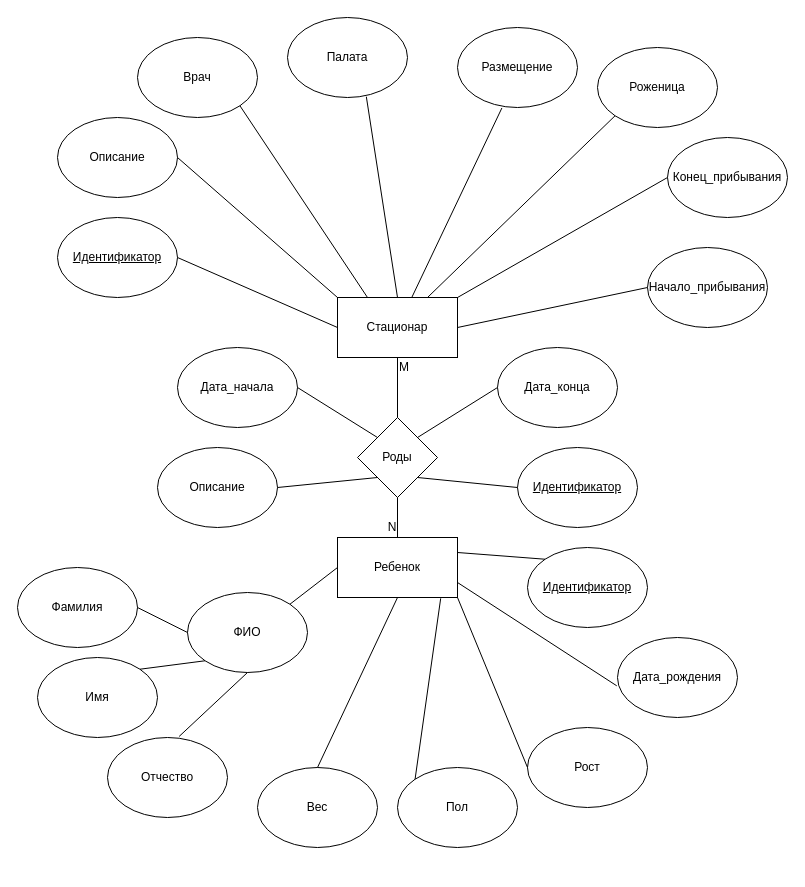
Before: Models/Диаграмма Роддом.drawio in Oleg213456/APP, a draw.io diagram. Source tidied: cells renumbered, new cells numbered last; positions are measured from the earlier drawing's top-left corner, leaving out a move shared by most shapes. Both pictures are drawn from the tidied source at 100%, with x=0, y=0 at pixel (17, 17).
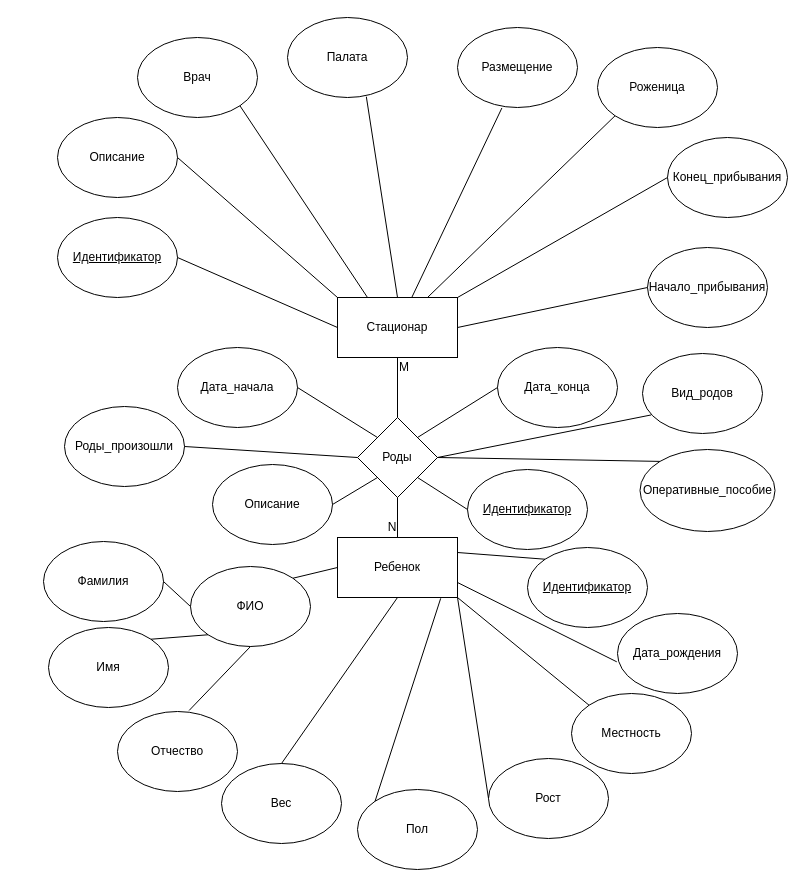
The same diagram, later.

Unchanged cells that the change refers to:
```xml
<mxCell id="3" value="Роды" style="rhombus;whiteSpace=wrap;html=1;" parent="1" vertex="1">
  <mxGeometry x="340" y="400" width="80" height="80" as="geometry" />
</mxCell>
<mxCell id="4" value="Ребенок" style="rounded=0;whiteSpace=wrap;html=1;" parent="1" vertex="1">
  <mxGeometry x="320" y="520" width="120" height="60" as="geometry" />
</mxCell>
```

Diff of the diagram source:
```diff
@@
     <mxCell id="11" value="Описание" style="ellipse;whiteSpace=wrap;html=1;" parent="1" vertex="1">
-      <mxGeometry x="140" y="430" width="120" height="80" as="geometry" />
+      <mxGeometry x="195" y="447" width="120" height="80" as="geometry" />
     </mxCell>
     <mxCell id="12" value="&lt;u&gt;Идентификатор&lt;/u&gt;" style="ellipse;whiteSpace=wrap;html=1;" parent="1" vertex="1">
-      <mxGeometry x="500" y="430" width="120" height="80" as="geometry" />
+      <mxGeometry x="450" y="452" width="120" height="80" as="geometry" />
     </mxCell>
@@
     <mxCell id="17" value="ФИО" style="ellipse;whiteSpace=wrap;html=1;" parent="1" vertex="1">
-      <mxGeometry x="170" y="575" width="120" height="80" as="geometry" />
+      <mxGeometry x="173" y="549" width="120" height="80" as="geometry" />
     </mxCell>
     <mxCell id="18" value="Фамилия" style="ellipse;whiteSpace=wrap;html=1;" parent="1" vertex="1">
-      <mxGeometry y="550" width="120" height="80" as="geometry" />
+      <mxGeometry x="26" y="524" width="120" height="80" as="geometry" />
     </mxCell>
     <mxCell id="19" value="Имя" style="ellipse;whiteSpace=wrap;html=1;" parent="1" vertex="1">
-      <mxGeometry x="20" y="640" width="120" height="80" as="geometry" />
+      <mxGeometry x="31" y="610" width="120" height="80" as="geometry" />
     </mxCell>
     <mxCell id="20" value="Отчество" style="ellipse;whiteSpace=wrap;html=1;" parent="1" vertex="1">
-      <mxGeometry x="90" y="720" width="120" height="80" as="geometry" />
+      <mxGeometry x="100" y="694" width="120" height="80" as="geometry" />
     </mxCell>
     <mxCell id="21" value="Вес" style="ellipse;whiteSpace=wrap;html=1;" parent="1" vertex="1">
-      <mxGeometry x="240" y="750" width="120" height="80" as="geometry" />
+      <mxGeometry x="204" y="746" width="120" height="80" as="geometry" />
     </mxCell>
     <mxCell id="22" value="Рост" style="ellipse;whiteSpace=wrap;html=1;" parent="1" vertex="1">
-      <mxGeometry x="510" y="710" width="120" height="80" as="geometry" />
+      <mxGeometry x="471" y="741" width="120" height="80" as="geometry" />
     </mxCell>
     <mxCell id="23" value="Дата_рождения" style="ellipse;whiteSpace=wrap;html=1;" parent="1" vertex="1">
-      <mxGeometry x="600" y="620" width="120" height="80" as="geometry" />
+      <mxGeometry x="600" y="596" width="120" height="80" as="geometry" />
     </mxCell>
@@
     <mxCell id="25" value="Пол" style="ellipse;whiteSpace=wrap;html=1;" parent="1" vertex="1">
-      <mxGeometry x="380" y="750" width="120" height="80" as="geometry" />
+      <mxGeometry x="340" y="772" width="120" height="80" as="geometry" />
     </mxCell>
@@
+    <mxCell id="51" value="Роды_произошли" style="ellipse;whiteSpace=wrap;html=1;" parent="1" vertex="1">
+      <mxGeometry x="47" y="389" width="120" height="80" as="geometry" />
+    </mxCell>
+    <mxCell id="52" style="endArrow=none;html=1;exitX=0;exitY=0.5;exitDx=0;exitDy=0;entryX=1;entryY=0.5;entryDx=0;entryDy=0;" parent="1" edge="1" source="3" target="51">
+      <mxGeometry relative="1" as="geometry" />
+    </mxCell>
+    <mxCell id="53" value="Вид_родов" style="ellipse;whiteSpace=wrap;html=1;" parent="1" vertex="1">
+      <mxGeometry x="625" y="336" width="120" height="80" as="geometry" />
+    </mxCell>
+    <mxCell id="54" style="endArrow=none;html=1;exitX=1;exitY=0.5;exitDx=0;exitDy=0;entryX=0.072;entryY=0.768;entryDx=0;entryDy=0;entryPerimeter=0;" parent="1" edge="1" source="3" target="53">
+      <mxGeometry relative="1" as="geometry" />
+    </mxCell>
+    <mxCell id="55" value="Оперативные_пособие" style="ellipse;whiteSpace=wrap;html=1;" parent="1" vertex="1">
+      <mxGeometry x="622.5" y="432" width="135" height="82" as="geometry" />
+    </mxCell>
+    <mxCell id="56" style="endArrow=none;html=1;exitX=1;exitY=0.5;exitDx=0;exitDy=0;entryX=0;entryY=0;entryDx=0;entryDy=0;" parent="1" edge="1" source="3" target="55">
+      <mxGeometry relative="1" as="geometry" />
+    </mxCell>
+    <mxCell id="57" value="Местность" style="ellipse;whiteSpace=wrap;html=1;" parent="1" vertex="1">
+      <mxGeometry x="554" y="676" width="120" height="80" as="geometry" />
+    </mxCell>
+    <mxCell id="58" style="endArrow=none;html=1;exitX=1;exitY=1;exitDx=0;exitDy=0;entryX=0;entryY=0;entryDx=0;entryDy=0;" parent="1" edge="1" source="4" target="57">
+      <mxGeometry relative="1" as="geometry" />
+    </mxCell>
```
